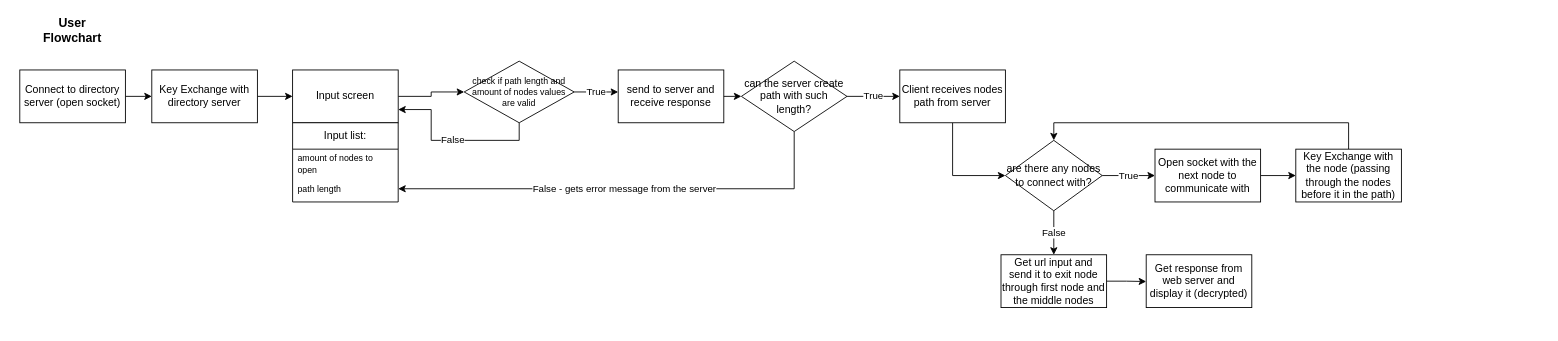
This is ORBit Flowchart.drawio from LiamForReal/orbit, a draw.io file, before an edit. Source tidied: cells renumbered, new cells numbered last; positions are measured from the earlier drawing's top-left corner, leaving out a move shared by most shapes. Both pictures are drawn from the tidied source at 88%, with x=0, y=0 at pixel (19, 17).
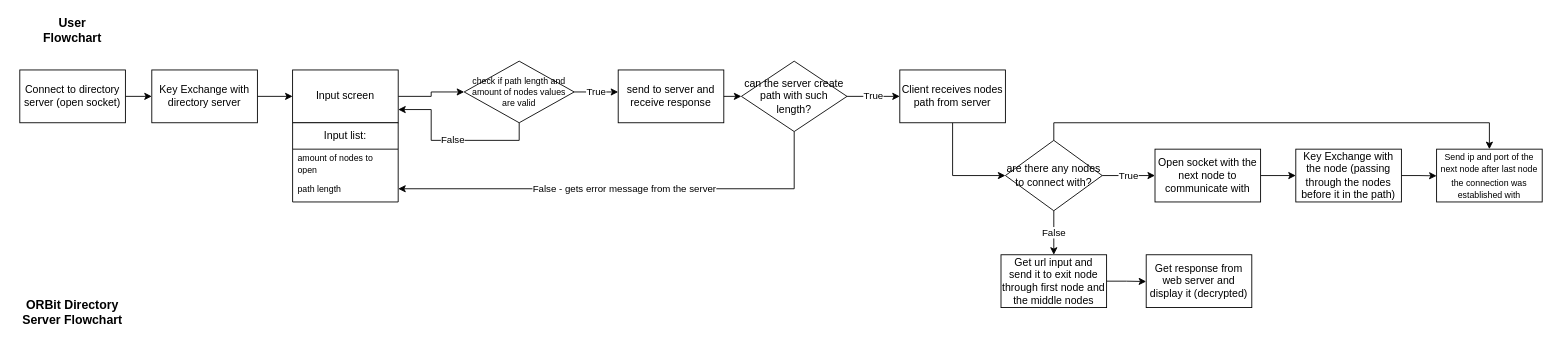
The same page after the edit.

Unchanged cells that the change refers to:
```xml
<mxCell id="26" value="are there any nodes to connect with?" style="rhombus;whiteSpace=wrap;html=1;" parent="1" vertex="1">
  <mxGeometry x="1120" y="140" width="110" height="80" as="geometry" />
</mxCell>
<mxCell id="28" value="Key Exchange with the node (passing through the nodes before it in the path)" style="rounded=0;whiteSpace=wrap;html=1;" parent="1" vertex="1">
  <mxGeometry x="1450" y="150" width="120" height="60" as="geometry" />
</mxCell>
```

Diff of the diagram source:
```diff
@@
+    <mxCell id="32" style="edgeStyle=orthogonalEdgeStyle;rounded=0;jettySize=auto;html=1;exitX=0.5;exitY=0;exitDx=0;exitDy=0;entryX=0.5;entryY=0;entryDx=0;entryDy=0;" parent="1" edge="1" source="26" target="34">
+      <mxGeometry relative="1" as="geometry" />
+    </mxCell>
@@
-    <mxCell id="27" style="edgeStyle=orthogonalEdgeStyle;rounded=0;jettySize=auto;html=1;exitX=0.5;exitY=0;exitDx=0;exitDy=0;entryX=0.5;entryY=0;entryDx=0;entryDy=0;" parent="1" edge="1" source="28" target="26">
-      <mxGeometry relative="1" as="geometry">
-        <Array as="points">
-          <mxPoint x="1510" y="120" />
-          <mxPoint x="1175" y="120" />
-        </Array>
-      </mxGeometry>
-    </mxCell>
+    <mxCell id="33" style="edgeStyle=orthogonalEdgeStyle;rounded=0;jettySize=auto;html=1;exitX=1;exitY=0.5;exitDx=0;exitDy=0;entryX=0;entryY=0.506;entryDx=0;entryDy=0;entryPerimeter=0;" parent="1" edge="1" source="28" target="34">
+      <mxGeometry relative="1" as="geometry" />
+    </mxCell>
@@
+    <mxCell id="34" value="&lt;font style=&quot;font-size: 10px;&quot;&gt;Send ip and port of the next node after last node the connection was established with&lt;/font&gt;" style="rounded=0;whiteSpace=wrap;html=1;" parent="1" vertex="1">
+      <mxGeometry x="1610" y="150" width="120" height="60" as="geometry" />
+    </mxCell>
+    <mxCell id="35" value="&lt;b style=&quot;font-size: 14px;&quot;&gt;ORBit Directory Server Flowchart&lt;br&gt;&lt;/b&gt;" style="text;html=1;align=center;verticalAlign=middle;whiteSpace=wrap;rounded=0;" parent="1" vertex="1">
+      <mxGeometry x="-5" y="320" width="130" height="30" as="geometry" />
+    </mxCell>
```
